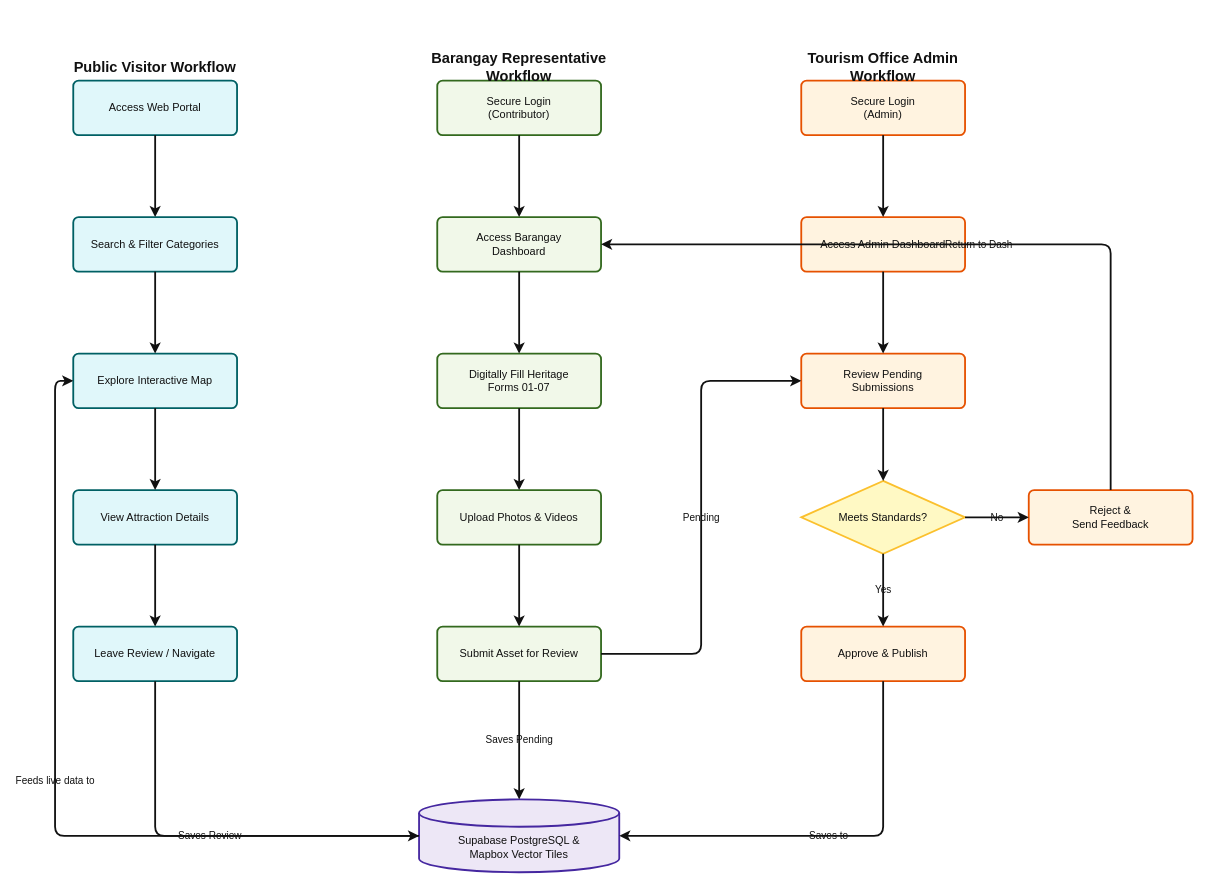
This is docs/diagrams/flowchart/proposed_system_flowchart_ppt.drawio from jemhakdog/Interactive-Digital-Cultural-Map-and-Local-Tourism-Information-system-for-Mangatarem--Pangasinan, a draw.io file, before an edit. Source tidied: cells renumbered, new cells numbered last; positions are measured from the earlier drawing's top-left corner, leaving out a move shared by most shapes. Both pictures are drawn from the tidied source at 91%, with x=0, y=0 at pixel (64, 53).
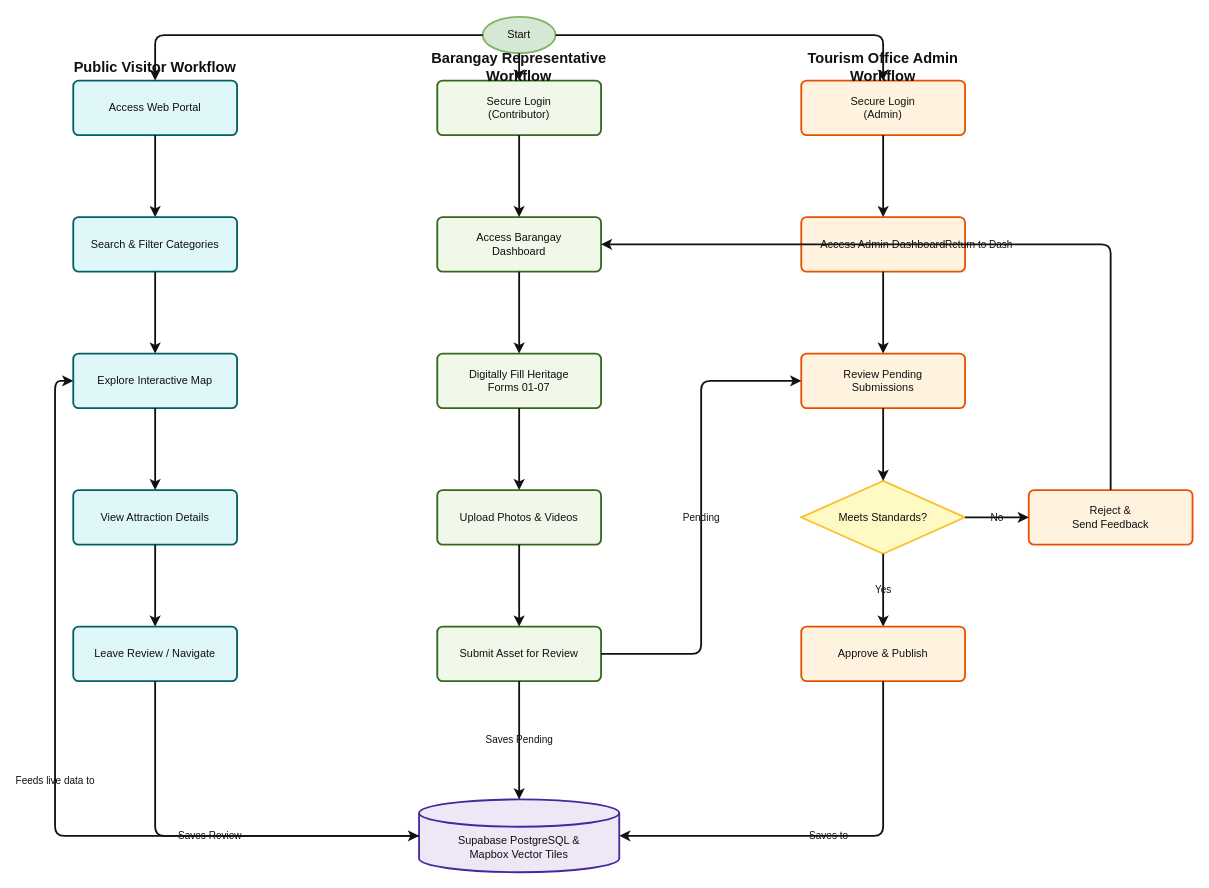
The same diagram, later.

The change refers to these unchanged cells:
```xml
<mxCell id="2" value="Access Web Portal" style="rounded=1;whiteSpace=wrap;html=1;fillColor=#e0f7fa;strokeColor=#006064;strokeWidth=2;arcSize=10;fontColor=#111111;" parent="1" vertex="1">
  <mxGeometry x="10" y="30" width="180" height="60" as="geometry" />
</mxCell>
<mxCell id="7" value="Secure Login&#10;(Contributor)" style="rounded=1;whiteSpace=wrap;html=1;fillColor=#f1f8e9;strokeColor=#33691e;strokeWidth=2;arcSize=10;fontColor=#111111;" parent="1" vertex="1">
  <mxGeometry x="410" y="30" width="180" height="60" as="geometry" />
</mxCell>
<mxCell id="12" value="Secure Login&#10;(Admin)" style="rounded=1;whiteSpace=wrap;html=1;fillColor=#fff3e0;strokeColor=#e65100;strokeWidth=2;arcSize=10;fontColor=#111111;" parent="1" vertex="1">
  <mxGeometry x="810" y="30" width="180" height="60" as="geometry" />
</mxCell>
```

Diff of the diagram source:
```diff
@@
+    <mxCell id="41" value="Start" style="ellipse;whiteSpace=wrap;html=1;fillColor=#D5E8D4;strokeColor=#82B366;strokeWidth=2;fontColor=#111111;" parent="1" vertex="1">
+      <mxGeometry x="460" y="-40" width="80" height="40" as="geometry" />
+    </mxCell>
@@
+    <mxCell id="42" style="edgeStyle=orthogonalEdgeStyle;rounded=1;jettySize=auto;html=1;strokeColor=#111111;strokeWidth=2;fontColor=#111111;labelBackgroundColor=none;" parent="1" edge="1" source="41" target="2">
+      <mxGeometry relative="1" as="geometry" />
+    </mxCell>
+    <mxCell id="43" style="edgeStyle=orthogonalEdgeStyle;rounded=1;jettySize=auto;html=1;strokeColor=#111111;strokeWidth=2;fontColor=#111111;labelBackgroundColor=none;" parent="1" edge="1" source="41" target="7">
+      <mxGeometry relative="1" as="geometry" />
+    </mxCell>
+    <mxCell id="44" style="edgeStyle=orthogonalEdgeStyle;rounded=1;jettySize=auto;html=1;strokeColor=#111111;strokeWidth=2;fontColor=#111111;labelBackgroundColor=none;" parent="1" edge="1" source="41" target="12">
+      <mxGeometry relative="1" as="geometry" />
+    </mxCell>
```
